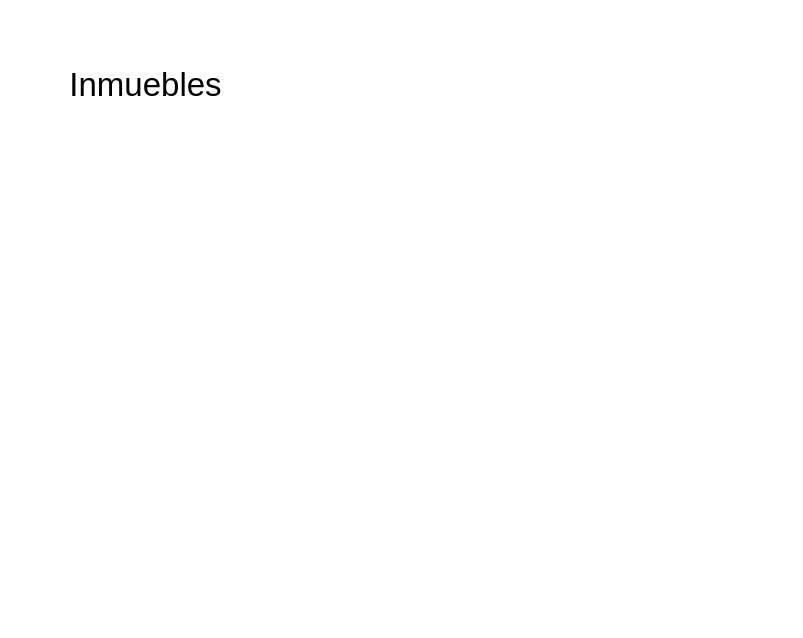
IzanDuesoLopez/TA12-Diagramas-ER keeps this draw.io diagram as page "Inmuebles" (18 of 18) of Ejercicio3.drawio.xml. Above is the earlier version. Source tidied: cells renumbered, new cells numbered last; positions are measured from the earlier drawing's top-left corner, leaving out a move shared by most shapes. Both pictures are drawn from the tidied source at 150%, with x=0, y=0 at pixel (26, 26).
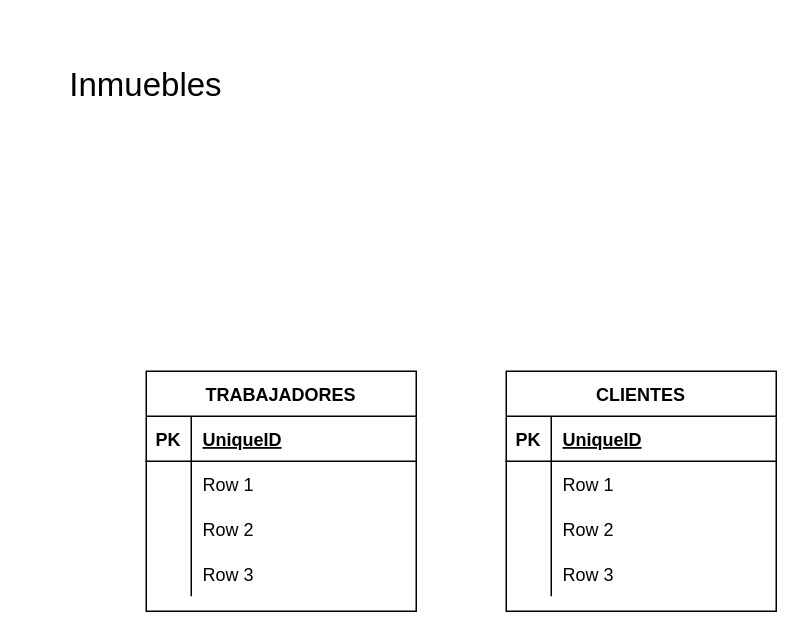
After the change.

The edit, as a diff of the source:
```diff
@@
+    <mxCell id="3" value="CLIENTES" style="shape=table;startSize=30;childLayout=tableLayout;rowLines=0;fontStyle=1;align=center;" parent="1" vertex="1">
+      <mxGeometry x="320" y="230" width="180" height="160" as="geometry" />
+    </mxCell>
+    <mxCell id="4" style="shape=tableRow;horizontal=0;startSize=0;swimlaneHead=0;swimlaneBody=0;fillColor=none;top=0;left=0;right=0;bottom=1;" parent="3" vertex="1">
+      <mxGeometry y="30" width="180" height="30" as="geometry" />
+    </mxCell>
+    <mxCell id="5" value="PK" style="shape=partialRectangle;fillColor=none;top=0;left=0;bottom=0;right=0;fontStyle=1;overflow=hidden;" parent="4" vertex="1">
+      <mxGeometry width="30" height="30" as="geometry" />
+    </mxCell>
+    <mxCell id="6" value="UniqueID" style="shape=partialRectangle;fillColor=none;top=0;left=0;bottom=0;right=0;align=left;spacingLeft=6;fontStyle=5;overflow=hidden;" parent="4" vertex="1">
+      <mxGeometry x="30" width="150" height="30" as="geometry" />
+    </mxCell>
+    <mxCell id="7" style="shape=tableRow;horizontal=0;startSize=0;swimlaneHead=0;swimlaneBody=0;fillColor=none;top=0;left=0;right=0;bottom=0;" parent="3" vertex="1">
+      <mxGeometry y="60" width="180" height="30" as="geometry" />
+    </mxCell>
+    <mxCell id="8" style="shape=partialRectangle;fillColor=none;top=0;left=0;bottom=0;right=0;overflow=hidden;" parent="7" vertex="1">
+      <mxGeometry width="30" height="30" as="geometry" />
+    </mxCell>
+    <mxCell id="9" value="Row 1" style="shape=partialRectangle;fillColor=none;top=0;left=0;bottom=0;right=0;align=left;spacingLeft=6;overflow=hidden;" parent="7" vertex="1">
+      <mxGeometry x="30" width="150" height="30" as="geometry" />
+    </mxCell>
+    <mxCell id="10" style="shape=tableRow;horizontal=0;startSize=0;swimlaneHead=0;swimlaneBody=0;fillColor=none;top=0;left=0;right=0;bottom=0;" parent="3" vertex="1">
+      <mxGeometry y="90" width="180" height="30" as="geometry" />
+    </mxCell>
+    <mxCell id="11" style="shape=partialRectangle;fillColor=none;top=0;left=0;bottom=0;right=0;overflow=hidden;" parent="10" vertex="1">
+      <mxGeometry width="30" height="30" as="geometry" />
+    </mxCell>
+    <mxCell id="12" value="Row 2" style="shape=partialRectangle;fillColor=none;top=0;left=0;bottom=0;right=0;align=left;spacingLeft=6;overflow=hidden;" parent="10" vertex="1">
+      <mxGeometry x="30" width="150" height="30" as="geometry" />
+    </mxCell>
+    <mxCell id="13" style="shape=tableRow;horizontal=0;startSize=0;swimlaneHead=0;swimlaneBody=0;fillColor=none;top=0;left=0;right=0;bottom=0;" parent="3" vertex="1">
+      <mxGeometry y="120" width="180" height="30" as="geometry" />
+    </mxCell>
+    <mxCell id="14" style="shape=partialRectangle;fillColor=none;top=0;left=0;bottom=0;right=0;overflow=hidden;" parent="13" vertex="1">
+      <mxGeometry width="30" height="30" as="geometry" />
+    </mxCell>
+    <mxCell id="15" value="Row 3" style="shape=partialRectangle;fillColor=none;top=0;left=0;bottom=0;right=0;align=left;spacingLeft=6;overflow=hidden;" parent="13" vertex="1">
+      <mxGeometry x="30" width="150" height="30" as="geometry" />
+    </mxCell>
+    <mxCell id="16" value="TRABAJADORES" style="shape=table;startSize=30;childLayout=tableLayout;rowLines=0;fontStyle=1;align=center;" parent="1" vertex="1">
+      <mxGeometry x="80" y="230" width="180" height="160" as="geometry" />
+    </mxCell>
+    <mxCell id="17" style="shape=tableRow;horizontal=0;startSize=0;swimlaneHead=0;swimlaneBody=0;fillColor=none;top=0;left=0;right=0;bottom=1;" parent="16" vertex="1">
+      <mxGeometry y="30" width="180" height="30" as="geometry" />
+    </mxCell>
+    <mxCell id="18" value="PK" style="shape=partialRectangle;fillColor=none;top=0;left=0;bottom=0;right=0;fontStyle=1;overflow=hidden;" parent="17" vertex="1">
+      <mxGeometry width="30" height="30" as="geometry" />
+    </mxCell>
+    <mxCell id="19" value="UniqueID" style="shape=partialRectangle;fillColor=none;top=0;left=0;bottom=0;right=0;align=left;spacingLeft=6;fontStyle=5;overflow=hidden;" parent="17" vertex="1">
+      <mxGeometry x="30" width="150" height="30" as="geometry" />
+    </mxCell>
+    <mxCell id="20" style="shape=tableRow;horizontal=0;startSize=0;swimlaneHead=0;swimlaneBody=0;fillColor=none;top=0;left=0;right=0;bottom=0;" parent="16" vertex="1">
+      <mxGeometry y="60" width="180" height="30" as="geometry" />
+    </mxCell>
+    <mxCell id="21" style="shape=partialRectangle;fillColor=none;top=0;left=0;bottom=0;right=0;overflow=hidden;" parent="20" vertex="1">
+      <mxGeometry width="30" height="30" as="geometry" />
+    </mxCell>
+    <mxCell id="22" value="Row 1" style="shape=partialRectangle;fillColor=none;top=0;left=0;bottom=0;right=0;align=left;spacingLeft=6;overflow=hidden;" parent="20" vertex="1">
+      <mxGeometry x="30" width="150" height="30" as="geometry" />
+    </mxCell>
+    <mxCell id="23" style="shape=tableRow;horizontal=0;startSize=0;swimlaneHead=0;swimlaneBody=0;fillColor=none;top=0;left=0;right=0;bottom=0;" parent="16" vertex="1">
+      <mxGeometry y="90" width="180" height="30" as="geometry" />
+    </mxCell>
+    <mxCell id="24" style="shape=partialRectangle;fillColor=none;top=0;left=0;bottom=0;right=0;overflow=hidden;" parent="23" vertex="1">
+      <mxGeometry width="30" height="30" as="geometry" />
+    </mxCell>
+    <mxCell id="25" value="Row 2" style="shape=partialRectangle;fillColor=none;top=0;left=0;bottom=0;right=0;align=left;spacingLeft=6;overflow=hidden;" parent="23" vertex="1">
+      <mxGeometry x="30" width="150" height="30" as="geometry" />
+    </mxCell>
+    <mxCell id="26" style="shape=tableRow;horizontal=0;startSize=0;swimlaneHead=0;swimlaneBody=0;fillColor=none;top=0;left=0;right=0;bottom=0;" parent="16" vertex="1">
+      <mxGeometry y="120" width="180" height="30" as="geometry" />
+    </mxCell>
+    <mxCell id="27" style="shape=partialRectangle;fillColor=none;top=0;left=0;bottom=0;right=0;overflow=hidden;" parent="26" vertex="1">
+      <mxGeometry width="30" height="30" as="geometry" />
+    </mxCell>
+    <mxCell id="28" value="Row 3" style="shape=partialRectangle;fillColor=none;top=0;left=0;bottom=0;right=0;align=left;spacingLeft=6;overflow=hidden;" parent="26" vertex="1">
+      <mxGeometry x="30" width="150" height="30" as="geometry" />
+    </mxCell>
```
